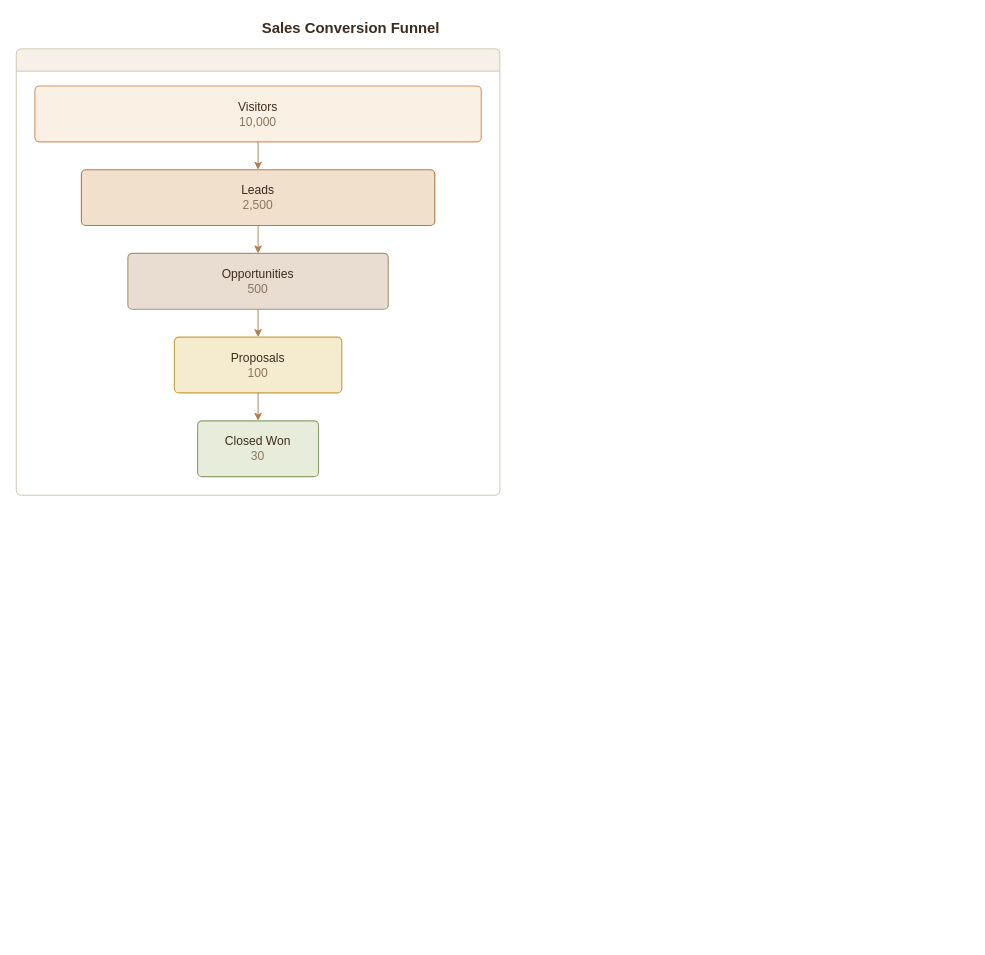
The draw.io diagram examples/terracotta-sales-funnel.drawio in Ikaros12643/drawio-enhanced, before the edit. Source tidied: cells renumbered, new cells numbered last; positions are measured from the earlier drawing's top-left corner, leaving out a move shared by most shapes. Both pictures are drawn from the tidied source at 93%, with x=0, y=0 at pixel (16, 16).
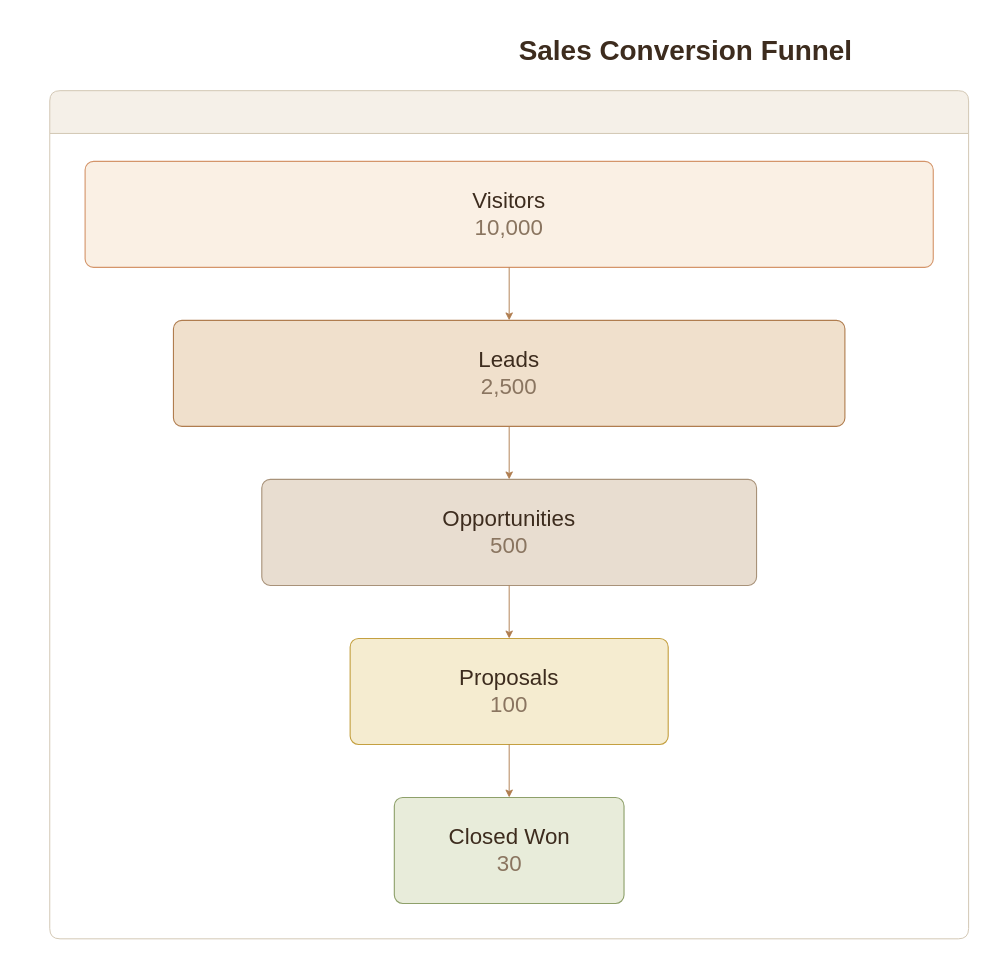
The same page after the edit.

What changed in the source:
```diff
@@
 <mxGraphModel>
   <root>
     <mxCell id="0" />
     <mxCell id="1" parent="0" />
-    <mxCell id="2" value="&lt;b&gt;Sales Conversion Funnel&lt;/b&gt;" style="text;html=1;fontSize=16;fontColor=#3D2C1E;fontStyle=1;align=center;verticalAlign=middle;whiteSpace=wrap;" parent="1" vertex="1">
-      <mxGeometry x="210" width="300" height="25" as="geometry" />
+    <mxCell id="2" value="&lt;b&gt;Sales Conversion Funnel&lt;/b&gt;" style="text;html=1;fontSize=30;fontColor=#3D2C1E;fontStyle=1;align=center;verticalAlign=middle;whiteSpace=wrap;" parent="1" vertex="1">
+      <mxGeometry x="435" y="13.5" width="570" height="47.5" as="geometry" />
     </mxCell>
-    <mxCell id="3" style="swimlane;startSize=24;rounded=1;arcSize=8;strokeWidth=1;strokeDashPattern=4 3;html=1;fillColor=#F5F0E8;strokeColor=#D0C4B0;" parent="1" vertex="1">
-      <mxGeometry y="35" width="520" height="480" as="geometry" />
+    <mxCell id="3" style="fontSize=30;swimlane;startSize=46;rounded=1;arcSize=8;strokeWidth=1;strokeDashPattern=4 3;html=1;fillColor=#F5F0E8;strokeColor=#D0C4B0;" parent="1" vertex="1">
+      <mxGeometry x="36" y="80" width="988" height="912" as="geometry" />
     </mxCell>
-    <mxCell id="4" value="Visitors&lt;br&gt;&lt;font color=&quot;#8A7560&quot;&gt;10,000&lt;/font&gt;" style="rounded=1;whiteSpace=wrap;html=1;arcSize=8;strokeWidth=1.2;fontSize=13;fontColor=#3D2C1E;fillColor=#FAF0E4;strokeColor=#D4956A;" parent="1" vertex="1">
-      <mxGeometry x="20" y="75" width="480" height="60" as="geometry" />
+    <mxCell id="4" value="Visitors&lt;br&gt;&lt;font color=&quot;#8A7560&quot;&gt;10,000&lt;/font&gt;" style="rounded=1;whiteSpace=wrap;html=1;arcSize=8;strokeWidth=1.2;fontSize=24;fontColor=#3D2C1E;fillColor=#FAF0E4;strokeColor=#D4956A;" parent="1" vertex="1">
+      <mxGeometry x="74" y="156" width="912" height="114" as="geometry" />
     </mxCell>
-    <mxCell id="5" value="Leads&lt;br&gt;&lt;font color=&quot;#8A7560&quot;&gt;2,500&lt;/font&gt;" style="rounded=1;whiteSpace=wrap;html=1;arcSize=8;strokeWidth=1.2;fontSize=13;fontColor=#3D2C1E;fillColor=#F0E0CC;strokeColor=#B07D4F;" parent="1" vertex="1">
-      <mxGeometry x="70" y="165" width="380" height="60" as="geometry" />
+    <mxCell id="5" value="Leads&lt;br&gt;&lt;font color=&quot;#8A7560&quot;&gt;2,500&lt;/font&gt;" style="rounded=1;whiteSpace=wrap;html=1;arcSize=8;strokeWidth=1.2;fontSize=24;fontColor=#3D2C1E;fillColor=#F0E0CC;strokeColor=#B07D4F;" parent="1" vertex="1">
+      <mxGeometry x="169" y="327" width="722" height="114" as="geometry" />
     </mxCell>
-    <mxCell id="6" value="Opportunities&lt;br&gt;&lt;font color=&quot;#8A7560&quot;&gt;500&lt;/font&gt;" style="rounded=1;whiteSpace=wrap;html=1;arcSize=8;strokeWidth=1.2;fontSize=13;fontColor=#3D2C1E;fillColor=#E8DDD0;strokeColor=#A89279;" parent="1" vertex="1">
-      <mxGeometry x="120" y="255" width="280" height="60" as="geometry" />
+    <mxCell id="6" value="Opportunities&lt;br&gt;&lt;font color=&quot;#8A7560&quot;&gt;500&lt;/font&gt;" style="rounded=1;whiteSpace=wrap;html=1;arcSize=8;strokeWidth=1.2;fontSize=24;fontColor=#3D2C1E;fillColor=#E8DDD0;strokeColor=#A89279;" parent="1" vertex="1">
+      <mxGeometry x="264" y="498" width="532" height="114" as="geometry" />
     </mxCell>
-    <mxCell id="7" value="Proposals&lt;br&gt;&lt;font color=&quot;#8A7560&quot;&gt;100&lt;/font&gt;" style="rounded=1;whiteSpace=wrap;html=1;arcSize=8;strokeWidth=1.2;fontSize=13;fontColor=#3D2C1E;fillColor=#F5ECD0;strokeColor=#C4A040;" parent="1" vertex="1">
-      <mxGeometry x="170" y="345" width="180" height="60" as="geometry" />
+    <mxCell id="7" value="Proposals&lt;br&gt;&lt;font color=&quot;#8A7560&quot;&gt;100&lt;/font&gt;" style="rounded=1;whiteSpace=wrap;html=1;arcSize=8;strokeWidth=1.2;fontSize=24;fontColor=#3D2C1E;fillColor=#F5ECD0;strokeColor=#C4A040;" parent="1" vertex="1">
+      <mxGeometry x="359" y="669" width="342" height="114" as="geometry" />
     </mxCell>
-    <mxCell id="8" value="Closed Won&lt;br&gt;&lt;font color=&quot;#8A7560&quot;&gt;30&lt;/font&gt;" style="rounded=1;whiteSpace=wrap;html=1;arcSize=8;strokeWidth=1.2;fontSize=13;fontColor=#3D2C1E;fillColor=#E8ECDA;strokeColor=#8EA06A;" parent="1" vertex="1">
-      <mxGeometry x="195" y="435" width="130" height="60" as="geometry" />
+    <mxCell id="8" value="Closed Won&lt;br&gt;&lt;font color=&quot;#8A7560&quot;&gt;30&lt;/font&gt;" style="rounded=1;whiteSpace=wrap;html=1;arcSize=8;strokeWidth=1.2;fontSize=24;fontColor=#3D2C1E;fillColor=#E8ECDA;strokeColor=#8EA06A;" parent="1" vertex="1">
+      <mxGeometry x="406.5" y="840" width="247" height="114" as="geometry" />
     </mxCell>
-    <mxCell id="9" style="edgeStyle=orthogonalEdgeStyle;rounded=1;html=1;strokeWidth=1;endArrow=classic;endFill=1;strokeColor=#B07D4F;fontSize=10;fontColor=#C4A882;exitX=0.5;exitY=1;entryX=0.5;entryY=0;" parent="1" edge="1" source="4" target="5">
+    <mxCell id="9" style="edgeStyle=orthogonalEdgeStyle;rounded=1;html=1;strokeWidth=1;endArrow=classic;endFill=1;strokeColor=#B07D4F;fontSize=18;fontColor=#C4A882;exitX=0.5;exitY=1;entryX=0.5;entryY=0;" parent="1" edge="1" source="4" target="5">
       <mxGeometry relative="1" as="geometry" />
     </mxCell>
-    <mxCell id="10" style="edgeStyle=orthogonalEdgeStyle;rounded=1;html=1;strokeWidth=1;endArrow=classic;endFill=1;strokeColor=#B07D4F;fontSize=10;fontColor=#C4A882;exitX=0.5;exitY=1;entryX=0.5;entryY=0;" parent="1" edge="1" source="5" target="6">
+    <mxCell id="10" style="edgeStyle=orthogonalEdgeStyle;rounded=1;html=1;strokeWidth=1;endArrow=classic;endFill=1;strokeColor=#B07D4F;fontSize=18;fontColor=#C4A882;exitX=0.5;exitY=1;entryX=0.5;entryY=0;" parent="1" edge="1" source="5" target="6">
       <mxGeometry relative="1" as="geometry" />
     </mxCell>
-    <mxCell id="11" style="edgeStyle=orthogonalEdgeStyle;rounded=1;html=1;strokeWidth=1;endArrow=classic;endFill=1;strokeColor=#B07D4F;fontSize=10;fontColor=#C4A882;exitX=0.5;exitY=1;entryX=0.5;entryY=0;" parent="1" edge="1" source="6" target="7">
+    <mxCell id="11" style="edgeStyle=orthogonalEdgeStyle;rounded=1;html=1;strokeWidth=1;endArrow=classic;endFill=1;strokeColor=#B07D4F;fontSize=18;fontColor=#C4A882;exitX=0.5;exitY=1;entryX=0.5;entryY=0;" parent="1" edge="1" source="6" target="7">
       <mxGeometry relative="1" as="geometry" />
     </mxCell>
-    <mxCell id="12" style="edgeStyle=orthogonalEdgeStyle;rounded=1;html=1;strokeWidth=1;endArrow=classic;endFill=1;strokeColor=#B07D4F;fontSize=10;fontColor=#C4A882;exitX=0.5;exitY=1;entryX=0.5;entryY=0;" parent="1" edge="1" source="7" target="8">
+    <mxCell id="12" style="edgeStyle=orthogonalEdgeStyle;rounded=1;html=1;strokeWidth=1;endArrow=classic;endFill=1;strokeColor=#B07D4F;fontSize=18;fontColor=#C4A882;exitX=0.5;exitY=1;entryX=0.5;entryY=0;" parent="1" edge="1" source="7" target="8">
       <mxGeometry relative="1" as="geometry" />
     </mxCell>
   </root>
 </mxGraphModel>
```
